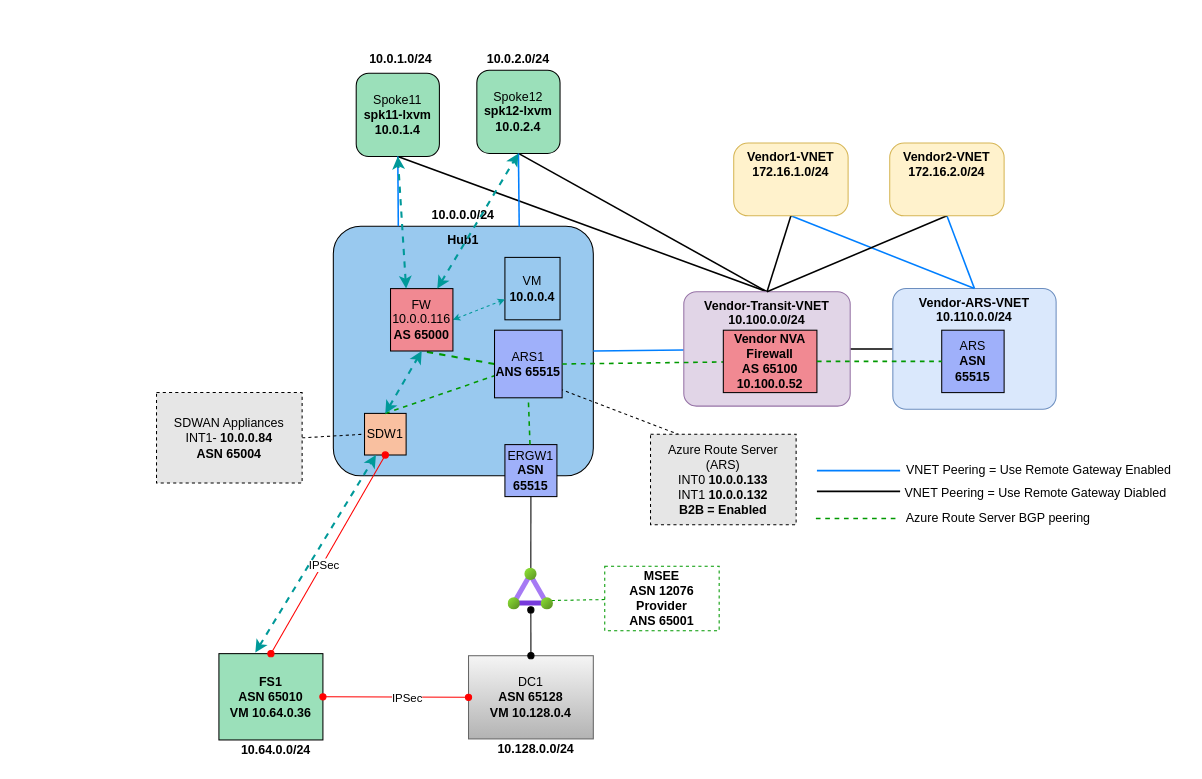
The draw.io diagram vendor-vnet-ars/lab.drawio in dmauser/azure-hub-spoke, before the edit. Source tidied: cells renumbered, new cells numbered last; positions are measured from the earlier drawing's top-left corner, leaving out a move shared by most shapes. Both pictures are drawn from the tidied source at 104%, with x=0, y=0 at pixel (156, 49).
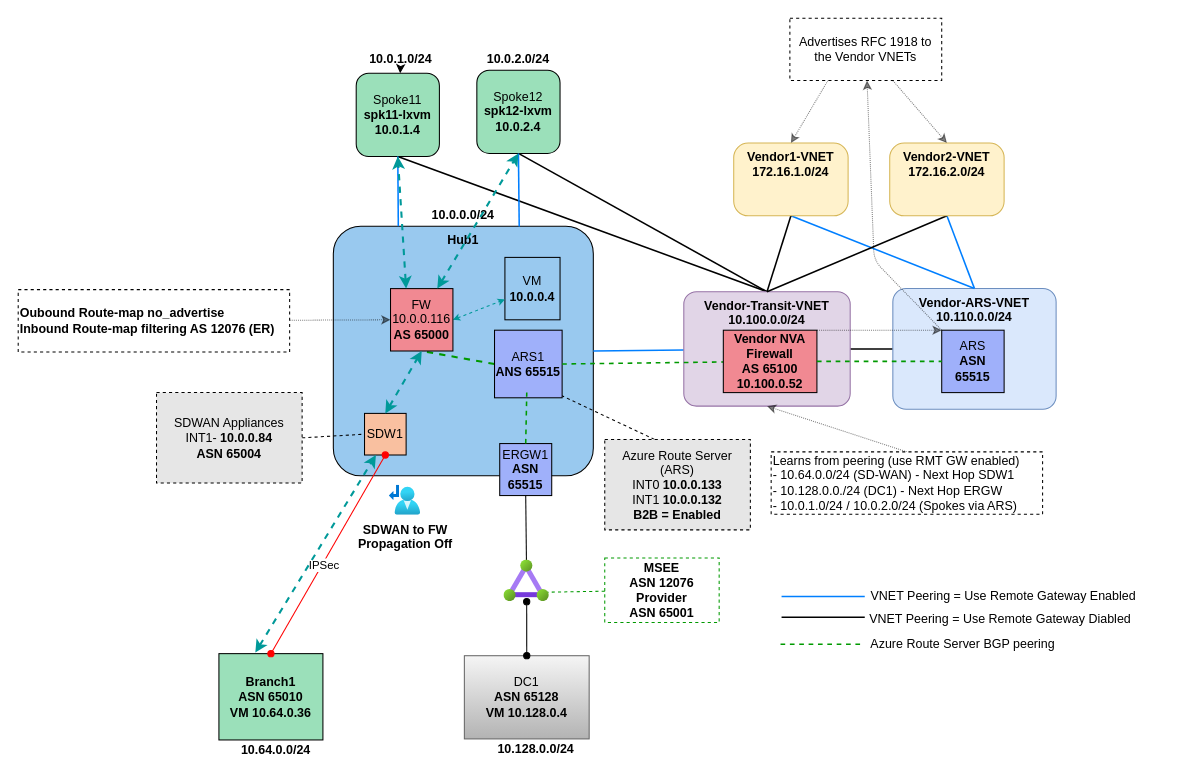
After the change.

The change refers to these unchanged cells:
```xml
<mxCell id="5" value="Spoke11&lt;br&gt;&lt;b&gt;spk11-lxvm&lt;br&gt;10.0.1.4&lt;/b&gt;" style="rounded=1;whiteSpace=wrap;html=1;fillColor=#9BE0BA;" parent="1" vertex="1">
  <mxGeometry x="192" y="23" width="80" height="80" as="geometry" />
</mxCell>
<mxCell id="8" value="SDW1&lt;br&gt;" style="whiteSpace=wrap;html=1;fillColor=#F9C0A0;direction=south;" parent="1" vertex="1">
  <mxGeometry x="200" y="350" width="40" height="40" as="geometry" />
</mxCell>
<mxCell id="18" value="10.0.1.0/24" style="text;html=1;strokeColor=none;fillColor=none;align=center;verticalAlign=middle;whiteSpace=wrap;rounded=0;fontStyle=1;" parent="1" vertex="1">
  <mxGeometry x="195" width="80" height="20" as="geometry" />
</mxCell>
<mxCell id="35" value="&lt;b&gt;Vendor-Transit-VNET&lt;br&gt;10.100.0.0/24&lt;br&gt;&lt;br&gt;&lt;br&gt;&lt;/b&gt;" style="rounded=1;whiteSpace=wrap;html=1;verticalAlign=top;fillColor=#e1d5e7;arcSize=11;strokeColor=#9673a6;" parent="1" vertex="1">
  <mxGeometry x="507" y="233" width="160" height="110" as="geometry" />
</mxCell>
<mxCell id="40" value="&lt;b&gt;Vendor1-VNET&lt;/b&gt;&lt;br&gt;&lt;b&gt;172.16.1.0/24&lt;/b&gt;" style="rounded=1;whiteSpace=wrap;html=1;verticalAlign=top;fillColor=#fff2cc;arcSize=20;strokeColor=#d6b656;" parent="1" vertex="1">
  <mxGeometry x="555" y="90" width="110" height="70" as="geometry" />
</mxCell>
<mxCell id="42" value="&lt;b&gt;Vendor2-VNET&lt;/b&gt;&lt;br&gt;&lt;b&gt;172.16.2.0/24&lt;/b&gt;" style="rounded=1;whiteSpace=wrap;html=1;verticalAlign=top;fillColor=#fff2cc;arcSize=20;strokeColor=#d6b656;" parent="1" vertex="1">
  <mxGeometry x="705" y="90" width="110" height="70" as="geometry" />
</mxCell>
<mxCell id="44" value="ARS1&lt;br&gt;&lt;b&gt;ANS 65515&lt;/b&gt;" style="whiteSpace=wrap;html=1;fillColor=#9FB0FA;" parent="1" vertex="1">
  <mxGeometry x="325" y="270" width="65" height="65" as="geometry" />
</mxCell>
<mxCell id="46" value="&lt;b style=&quot;border-color: var(--border-color);&quot;&gt;Vendor NVA&lt;br style=&quot;border-color: var(--border-color);&quot;&gt;Firewall&lt;br&gt;AS 65100&lt;br&gt;10.100.0.52&lt;br&gt;&lt;/b&gt;" style="whiteSpace=wrap;html=1;fillColor=#F18992;gradientColor=none;fillStyle=auto;" parent="1" vertex="1">
  <mxGeometry x="545" y="270" width="90" height="60" as="geometry" />
</mxCell>
<mxCell id="47" value="&lt;span style=&quot;border-color: var(--border-color);&quot;&gt;ARS&lt;/span&gt;&lt;br&gt;&lt;b&gt;ASN 65515&lt;/b&gt;" style="whiteSpace=wrap;html=1;fillColor=#9FB0FA;" parent="1" vertex="1">
  <mxGeometry x="755" y="270" width="60" height="60" as="geometry" />
</mxCell>
<mxCell id="59" value="FW&lt;br&gt;10.0.0.116&lt;br&gt;&lt;b&gt;AS 65000&lt;/b&gt;&lt;br&gt;" style="whiteSpace=wrap;html=1;gradientColor=none;fillStyle=auto;fillColor=#F18992;" parent="57" vertex="1">
  <mxGeometry x="225" y="230" width="60" height="60" as="geometry" />
</mxCell>
```

What changed in the source:
```diff
@@
     <mxCell id="9" value="DC1&lt;br&gt;&lt;b&gt;ASN 65128&lt;br&gt;VM 10.128.0.4&lt;br&gt;&lt;/b&gt;" style="rounded=0;whiteSpace=wrap;html=1;fillColor=#f5f5f5;strokeColor=#666666;gradientColor=#b3b3b3;" parent="1" vertex="1">
-      <mxGeometry x="300" y="583" width="120" height="80" as="geometry" />
+      <mxGeometry x="296" y="583" width="120" height="80" as="geometry" />
     </mxCell>
-    <mxCell id="10" value="&lt;b&gt;FS1&lt;br&gt;ASN 65010&lt;br&gt;VM 10.64.0.36&lt;br&gt;&lt;/b&gt;" style="rounded=0;whiteSpace=wrap;html=1;fillColor=#9BE0BA;" parent="1" vertex="1">
+    <mxCell id="10" value="&lt;b&gt;Branch1&lt;br&gt;ASN 65010&lt;br&gt;VM 10.64.0.36&lt;br&gt;&lt;/b&gt;" style="rounded=0;whiteSpace=wrap;html=1;fillColor=#9BE0BA;" parent="1" vertex="1">
       <mxGeometry x="60" y="581" width="100" height="83" as="geometry" />
     </mxCell>
@@
-    <mxCell id="13" style="rounded=0;jettySize=auto;html=1;exitX=1;exitY=0.5;exitDx=0;exitDy=0;endArrow=oval;endFill=1;startArrow=oval;startFill=1;strokeColor=#FF0000;entryX=0;entryY=0.5;entryDx=0;entryDy=0;" parent="1" edge="1" source="10" target="9">
-      <mxGeometry relative="1" as="geometry" />
-    </mxCell>
-    <mxCell id="14" value="IPSec" style="edgeLabel;html=1;align=center;verticalAlign=middle;" parent="13" vertex="1">
-      <mxGeometry x="0.16" y="-1" relative="1" as="geometry" />
-    </mxCell>
@@
     <mxCell id="17" value="ERGW1&lt;br&gt;&lt;b&gt;ASN 65515&lt;/b&gt;" style="whiteSpace=wrap;html=1;fillStyle=auto;fillColor=#9FB0FA;" parent="1" vertex="1">
-      <mxGeometry x="335" y="380" width="50" height="50" as="geometry" />
+      <mxGeometry x="330" y="379" width="50" height="50" as="geometry" />
     </mxCell>
+    <mxCell id="64" style="edgeStyle=none;html=1;" parent="1" edge="1" source="18" target="5">
+      <mxGeometry relative="1" as="geometry" />
+    </mxCell>
@@
     <mxCell id="27" value="&lt;font style=&quot;&quot;&gt;Azure Route Server (ARS)&lt;br&gt;&lt;div style=&quot;&quot;&gt;INT0 &lt;b&gt;10.0.0.133&lt;/b&gt;&lt;/div&gt;&lt;div style=&quot;&quot;&gt;INT1 &lt;b&gt;10.0.0.132&lt;/b&gt;&lt;/div&gt;&lt;div style=&quot;&quot;&gt;&lt;b&gt;B2B = Enabled&lt;/b&gt;&lt;/div&gt;&lt;/font&gt;" style="text;html=1;strokeColor=default;fillColor=#E6E6E6;align=center;verticalAlign=middle;whiteSpace=wrap;rounded=0;dashed=1;" parent="1" vertex="1">
-      <mxGeometry x="475" y="370" width="140" height="87" as="geometry" />
+      <mxGeometry x="431" y="375" width="140" height="87" as="geometry" />
     </mxCell>
@@
-    <mxCell id="31" value="&lt;b&gt;MSEE&lt;br&gt;ASN 12076&lt;br&gt;Provider&lt;br&gt;ANS 65001&lt;br&gt;&lt;/b&gt;" style="text;html=1;strokeColor=#009900;fillColor=none;align=center;verticalAlign=middle;whiteSpace=wrap;rounded=0;dashed=1;" parent="1" vertex="1">
-      <mxGeometry x="431" y="497" width="110" height="62" as="geometry" />
+    <mxCell id="31" value="&lt;b&gt;MSEE&lt;br&gt;ASN 12076&lt;br&gt;Provider&lt;br&gt;ASN 65001&lt;br&gt;&lt;/b&gt;" style="text;html=1;strokeColor=#009900;fillColor=none;align=center;verticalAlign=middle;whiteSpace=wrap;rounded=0;dashed=1;" parent="1" vertex="1">
+      <mxGeometry x="431" y="489" width="110" height="62" as="geometry" />
     </mxCell>
@@
-    <mxCell id="43" style="rounded=0;jettySize=auto;html=1;exitX=0;exitY=0.5;exitDx=0;exitDy=0;dashed=1;strokeColor=#009900;endArrow=none;endFill=0;fontColor=#004F00;strokeWidth=1.5;" parent="1" edge="1" source="8" target="44">
-      <mxGeometry relative="1" as="geometry" />
-    </mxCell>
@@
-    <mxCell id="48" value="VNET Peering = Use Remote Gateway Enabled&lt;br&gt;" style="text;html=1;align=center;verticalAlign=middle;strokeColor=none;fillColor=none;" parent="1" vertex="1">
-      <mxGeometry x="708" y="390" width="280" height="30" as="geometry" />
-    </mxCell>
-    <mxCell id="49" value="VNET Peering = Use Remote Gateway Diabled" style="text;html=1;align=center;verticalAlign=middle;strokeColor=none;fillColor=none;" parent="1" vertex="1">
-      <mxGeometry x="705" y="412" width="280" height="30" as="geometry" />
-    </mxCell>
-    <mxCell id="50" style="edgeStyle=none;orthogonalLoop=1;jettySize=auto;html=1;strokeColor=#007FFF;startArrow=none;startFill=0;endArrow=none;endFill=0;strokeWidth=1.5;" parent="1" edge="1">
-      <mxGeometry relative="1" as="geometry">
-        <mxPoint x="635" y="405" as="sourcePoint" />
-        <mxPoint x="715" y="405" as="targetPoint" />
-      </mxGeometry>
-    </mxCell>
-    <mxCell id="51" style="edgeStyle=none;orthogonalLoop=1;jettySize=auto;html=1;strokeColor=#000000;startArrow=none;startFill=0;endArrow=none;endFill=0;strokeWidth=1.5;" parent="1" edge="1">
-      <mxGeometry relative="1" as="geometry">
-        <mxPoint x="635" y="425" as="sourcePoint" />
-        <mxPoint x="715" y="425" as="targetPoint" />
-      </mxGeometry>
-    </mxCell>
@@
     <mxCell id="53" style="html=1;points=[];align=center;image;fontSize=12;image=img/lib/azure2/networking/ExpressRoute_Circuits.svg;fillColor=#FF6666;" parent="1" vertex="1">
-      <mxGeometry x="338" y="499" width="43.8" height="40" as="geometry" />
+      <mxGeometry x="334" y="491" width="43.8" height="40" as="geometry" />
     </mxCell>
-    <mxCell id="54" style="rounded=0;orthogonalLoop=1;jettySize=auto;html=1;exitX=1;exitY=0.5;exitDx=0;exitDy=0;dashed=1;strokeColor=#009900;endArrow=none;endFill=0;fontColor=#004F00;strokeWidth=1.5;" parent="1" edge="1">
-      <mxGeometry relative="1" as="geometry">
-        <mxPoint x="634" y="451" as="sourcePoint" />
-        <mxPoint x="713" y="451" as="targetPoint" />
-      </mxGeometry>
-    </mxCell>
-    <mxCell id="55" value="Azure Route Server BGP peering" style="text;html=1;align=center;verticalAlign=middle;strokeColor=none;fillColor=none;" parent="1" vertex="1">
-      <mxGeometry x="711" y="438" width="195" height="26" as="geometry" />
-    </mxCell>
-    <mxCell id="56" style="rounded=0;jettySize=auto;html=1;dashed=1;strokeColor=#009900;endArrow=none;endFill=0;fontColor=#004F00;strokeWidth=1.5;entryX=0.5;entryY=1;entryDx=0;entryDy=0;" parent="1" edge="1" source="17" target="44">
-      <mxGeometry relative="1" as="geometry" />
+    <mxCell id="56" style="rounded=0;jettySize=auto;html=1;dashed=1;strokeColor=#009900;endArrow=none;endFill=0;fontColor=#004F00;strokeWidth=1.5;exitX=0.5;exitY=0;exitDx=0;exitDy=0;" parent="1" edge="1" source="17">
+      <mxGeometry relative="1" as="geometry">
+        <mxPoint x="356" y="330" as="targetPoint" />
+      </mxGeometry>
     </mxCell>
@@
+    <mxCell id="65" parent="0" />
+    <mxCell id="66" value="SDWAN to FW&lt;br&gt;Propagation Off" style="html=1;align=center;image;fontSize=12;image=img/lib/azure2/networking/Route_Tables.svg;fontStyle=1;" parent="65" vertex="1">
+      <mxGeometry x="224" y="419" width="29.9" height="29" as="geometry" />
+    </mxCell>
+    <mxCell id="48" value="VNET Peering = Use Remote Gateway Enabled&lt;br&gt;" style="text;html=1;align=center;verticalAlign=middle;strokeColor=none;fillColor=none;" parent="65" vertex="1">
+      <mxGeometry x="674" y="511" width="280" height="30" as="geometry" />
+    </mxCell>
+    <mxCell id="49" value="VNET Peering = Use Remote Gateway Diabled" style="text;html=1;align=center;verticalAlign=middle;strokeColor=none;fillColor=none;" parent="65" vertex="1">
+      <mxGeometry x="671" y="533" width="280" height="30" as="geometry" />
+    </mxCell>
+    <mxCell id="67" style="edgeStyle=none;orthogonalLoop=1;jettySize=auto;html=1;strokeColor=#007FFF;startArrow=none;startFill=0;endArrow=none;endFill=0;strokeWidth=1.5;" parent="65" edge="1">
+      <mxGeometry relative="1" as="geometry">
+        <mxPoint x="601" y="526" as="sourcePoint" />
+        <mxPoint x="681" y="526" as="targetPoint" />
+      </mxGeometry>
+    </mxCell>
+    <mxCell id="68" style="edgeStyle=none;orthogonalLoop=1;jettySize=auto;html=1;strokeColor=#000000;startArrow=none;startFill=0;endArrow=none;endFill=0;strokeWidth=1.5;" parent="65" edge="1">
+      <mxGeometry relative="1" as="geometry">
+        <mxPoint x="601" y="546" as="sourcePoint" />
+        <mxPoint x="681" y="546" as="targetPoint" />
+      </mxGeometry>
+    </mxCell>
+    <mxCell id="69" style="rounded=0;orthogonalLoop=1;jettySize=auto;html=1;exitX=1;exitY=0.5;exitDx=0;exitDy=0;dashed=1;strokeColor=#009900;endArrow=none;endFill=0;fontColor=#004F00;strokeWidth=1.5;" parent="65" edge="1">
+      <mxGeometry relative="1" as="geometry">
+        <mxPoint x="600" y="572" as="sourcePoint" />
+        <mxPoint x="679" y="572" as="targetPoint" />
+      </mxGeometry>
+    </mxCell>
+    <mxCell id="55" value="Azure Route Server BGP peering" style="text;html=1;align=center;verticalAlign=middle;strokeColor=none;fillColor=none;" parent="65" vertex="1">
+      <mxGeometry x="677" y="559" width="195" height="26" as="geometry" />
+    </mxCell>
+    <mxCell id="70" style="edgeStyle=none;html=1;dashed=1;dashPattern=1 1;endArrow=none;endFill=0;opacity=50;startArrow=classic;startFill=1;entryX=0;entryY=0;entryDx=0;entryDy=0;" parent="65" edge="1" source="73" target="47">
+      <mxGeometry relative="1" as="geometry">
+        <Array as="points">
+          <mxPoint x="690" y="203" />
+        </Array>
+      </mxGeometry>
+    </mxCell>
+    <mxCell id="71" style="edgeStyle=none;html=1;entryX=0.5;entryY=0;entryDx=0;entryDy=0;dashed=1;dashPattern=1 1;endArrow=classic;endFill=1;opacity=50;startArrow=none;startFill=0;" parent="65" edge="1" source="73" target="42">
+      <mxGeometry relative="1" as="geometry" />
+    </mxCell>
+    <mxCell id="72" style="edgeStyle=none;html=1;exitX=0.25;exitY=1;exitDx=0;exitDy=0;entryX=0.5;entryY=0;entryDx=0;entryDy=0;dashed=1;dashPattern=1 1;endArrow=classic;endFill=1;opacity=50;" parent="65" edge="1" source="73" target="40">
+      <mxGeometry relative="1" as="geometry" />
+    </mxCell>
+    <mxCell id="73" value="Advertises RFC 1918 to the Vendor VNETs" style="whiteSpace=wrap;html=1;dashed=1;" parent="65" vertex="1">
+      <mxGeometry x="609" y="-30" width="146" height="60" as="geometry" />
+    </mxCell>
+    <mxCell id="74" style="edgeStyle=none;html=1;exitX=0.5;exitY=0;exitDx=0;exitDy=0;entryX=0.5;entryY=1;entryDx=0;entryDy=0;dashed=1;dashPattern=1 1;startArrow=none;startFill=0;endArrow=classic;endFill=1;opacity=50;" parent="65" edge="1" source="75" target="35">
+      <mxGeometry relative="1" as="geometry" />
+    </mxCell>
+    <mxCell id="75" value="&lt;div style=&quot;&quot;&gt;&lt;span style=&quot;background-color: initial;&quot;&gt;Learns from peering (use RMT GW enabled)&lt;/span&gt;&lt;/div&gt;&lt;div style=&quot;&quot;&gt;&lt;span style=&quot;background-color: initial;&quot;&gt;- 10.64.0.0/24 (SD-WAN) - Next Hop SDW1&lt;/span&gt;&lt;/div&gt;- 10.128.0.0./24 (DC1) - Next Hop ERGW&lt;br&gt;- 10.0.1.0/24 / 10.0.2.0/24 (Spokes via ARS)" style="whiteSpace=wrap;html=1;dashed=1;align=left;" parent="65" vertex="1">
+      <mxGeometry x="591" y="387" width="261" height="60" as="geometry" />
+    </mxCell>
+    <mxCell id="76" style="edgeStyle=none;html=1;entryX=0;entryY=0;entryDx=0;entryDy=0;dashed=1;dashPattern=1 1;startArrow=none;startFill=0;endArrow=classic;endFill=1;opacity=50;exitX=1;exitY=0;exitDx=0;exitDy=0;" parent="65" edge="1" source="46" target="47">
+      <mxGeometry relative="1" as="geometry" />
+    </mxCell>
+    <mxCell id="77" style="edgeStyle=none;html=1;entryX=0;entryY=0.5;entryDx=0;entryDy=0;dashed=1;dashPattern=1 1;startArrow=none;startFill=0;endArrow=classic;endFill=1;opacity=50;" parent="65" edge="1" source="78" target="59">
+      <mxGeometry relative="1" as="geometry" />
+    </mxCell>
+    <mxCell id="78" value="Oubound Route-map no_advertise&lt;br&gt;Inbound Route-map filtering AS 12076 (ER)" style="whiteSpace=wrap;html=1;dashed=1;align=left;fontStyle=1;" parent="65" vertex="1">
+      <mxGeometry x="-133" y="231" width="261" height="60" as="geometry" />
+    </mxCell>
```
